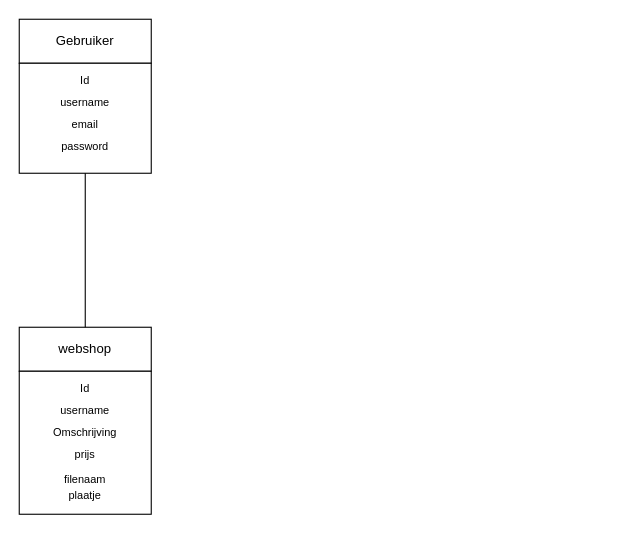
This is Diagrams/erd.drawio from OmerS7/educom-webshop-database-1695135881, a draw.io file, before an edit. Source tidied: cells renumbered, new cells numbered last; positions are measured from the earlier drawing's top-left corner, leaving out a move shared by most shapes. Both pictures are drawn from the tidied source at 110%, with x=0, y=0 at pixel (19, 19).
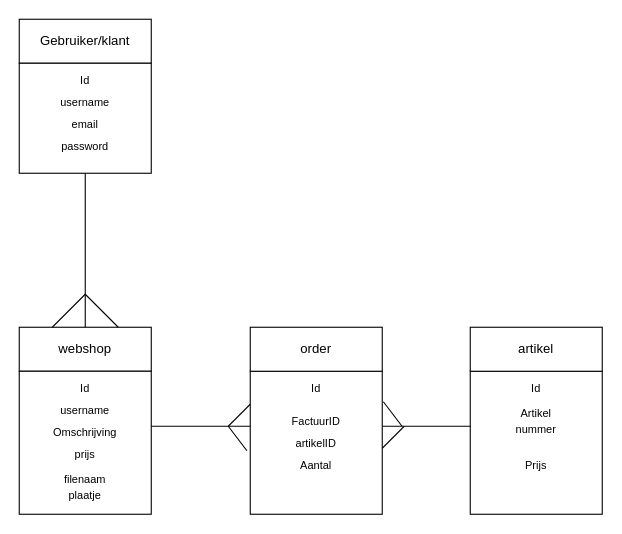
After the change.

Unchanged cells that the change refers to:
```xml
<mxCell id="2" value="webshop" style="rounded=0;whiteSpace=wrap;html=1;" parent="1" vertex="1">
  <mxGeometry y="280" width="120" height="40" as="geometry" />
</mxCell>
<mxCell id="10" style="rounded=0;whiteSpace=wrap;html=1;" parent="1" vertex="1">
  <mxGeometry y="40" width="120" height="100" as="geometry" />
</mxCell>
```

Diff of the diagram source:
```diff
@@
-    <mxCell id="9" value="Gebruiker" style="rounded=0;whiteSpace=wrap;html=1;" parent="1" vertex="1">
+    <mxCell id="9" value="Gebruiker/klant" style="rounded=0;whiteSpace=wrap;html=1;" parent="1" vertex="1">
       <mxGeometry width="120" height="40" as="geometry" />
     </mxCell>
@@
     <mxCell id="15" style="endArrow=none;html=1;fontSize=10;exitX=0.5;exitY=0;exitDx=0;exitDy=0;entryX=0.5;entryY=1;entryDx=0;entryDy=0;" parent="1" edge="1" source="2" target="10">
-      <mxGeometry relative="1" as="geometry" />
+      <mxGeometry relative="1" as="geometry">
+        <Array as="points">
+          <mxPoint x="60" y="210" />
+        </Array>
+      </mxGeometry>
     </mxCell>
+    <mxCell id="16" style="endArrow=none;html=1;exitX=0.25;exitY=0;exitDx=0;exitDy=0;" parent="1" edge="1" source="2">
+      <mxGeometry relative="1" as="geometry">
+        <mxPoint x="60" y="250" as="targetPoint" />
+      </mxGeometry>
+    </mxCell>
+    <mxCell id="17" style="endArrow=none;html=1;" parent="1" edge="1">
+      <mxGeometry relative="1" as="geometry">
+        <mxPoint x="90" y="280" as="sourcePoint" />
+        <mxPoint x="60" y="250" as="targetPoint" />
+      </mxGeometry>
+    </mxCell>
+    <mxCell id="18" style="endArrow=none;html=1;fontSize=10;" parent="1" edge="1">
+      <mxGeometry relative="1" as="geometry">
+        <mxPoint x="120" y="370" as="sourcePoint" />
+        <mxPoint x="210" y="370" as="targetPoint" />
+        <Array as="points">
+          <mxPoint x="160" y="370" />
+        </Array>
+      </mxGeometry>
+    </mxCell>
+    <mxCell id="19" style="rounded=0;whiteSpace=wrap;html=1;" parent="1" vertex="1">
+      <mxGeometry x="210" y="320" width="120" height="130" as="geometry" />
+    </mxCell>
+    <mxCell id="20" value="order" style="rounded=0;whiteSpace=wrap;html=1;" parent="1" vertex="1">
+      <mxGeometry x="210" y="280" width="120" height="40" as="geometry" />
+    </mxCell>
+    <mxCell id="21" style="rounded=0;whiteSpace=wrap;html=1;" parent="1" vertex="1">
+      <mxGeometry x="410" y="320" width="120" height="130" as="geometry" />
+    </mxCell>
+    <mxCell id="22" value="artikel" style="rounded=0;whiteSpace=wrap;html=1;" parent="1" vertex="1">
+      <mxGeometry x="410" y="280" width="120" height="40" as="geometry" />
+    </mxCell>
+    <mxCell id="23" style="endArrow=none;html=1;fontSize=10;" parent="1" edge="1">
+      <mxGeometry relative="1" as="geometry">
+        <mxPoint x="330" y="370" as="sourcePoint" />
+        <mxPoint x="410" y="370" as="targetPoint" />
+        <Array as="points">
+          <mxPoint x="410" y="370" />
+        </Array>
+      </mxGeometry>
+    </mxCell>
+    <mxCell id="24" value="&lt;font style=&quot;font-size: 10px;&quot;&gt;Id&lt;/font&gt;" style="text;html=1;strokeColor=none;fillColor=none;align=center;verticalAlign=middle;whiteSpace=wrap;rounded=0;" parent="1" vertex="1">
+      <mxGeometry x="460" y="330" width="20" height="10" as="geometry" />
+    </mxCell>
+    <mxCell id="25" value="&lt;font style=&quot;font-size: 10px;&quot;&gt;Artikel nummer&lt;/font&gt;" style="text;html=1;strokeColor=none;fillColor=none;align=center;verticalAlign=middle;whiteSpace=wrap;rounded=0;" parent="1" vertex="1">
+      <mxGeometry x="460" y="360" width="20" height="10" as="geometry" />
+    </mxCell>
+    <mxCell id="26" value="&lt;font style=&quot;font-size: 10px;&quot;&gt;Prijs&lt;/font&gt;" style="text;html=1;strokeColor=none;fillColor=none;align=center;verticalAlign=middle;whiteSpace=wrap;rounded=0;" parent="1" vertex="1">
+      <mxGeometry x="460" y="400" width="20" height="10" as="geometry" />
+    </mxCell>
+    <mxCell id="27" value="&lt;font style=&quot;font-size: 10px;&quot;&gt;Id&lt;/font&gt;" style="text;html=1;strokeColor=none;fillColor=none;align=center;verticalAlign=middle;whiteSpace=wrap;rounded=0;" parent="1" vertex="1">
+      <mxGeometry x="260" y="330" width="20" height="10" as="geometry" />
+    </mxCell>
+    <mxCell id="28" value="&lt;font style=&quot;font-size: 10px;&quot;&gt;FactuurID&lt;/font&gt;" style="text;html=1;strokeColor=none;fillColor=none;align=center;verticalAlign=middle;whiteSpace=wrap;rounded=0;" parent="1" vertex="1">
+      <mxGeometry x="260" y="360" width="20" height="10" as="geometry" />
+    </mxCell>
+    <mxCell id="29" style="endArrow=none;html=1;" parent="1" edge="1">
+      <mxGeometry relative="1" as="geometry">
+        <mxPoint x="190" y="370" as="sourcePoint" />
+        <mxPoint x="210" y="350" as="targetPoint" />
+      </mxGeometry>
+    </mxCell>
+    <mxCell id="30" style="endArrow=none;html=1;exitX=1.025;exitY=0.213;exitDx=0;exitDy=0;exitPerimeter=0;" parent="1" edge="1">
+      <mxGeometry relative="1" as="geometry">
+        <mxPoint x="331" y="347.7" as="sourcePoint" />
+        <mxPoint x="348" y="370" as="targetPoint" />
+      </mxGeometry>
+    </mxCell>
+    <mxCell id="31" style="endArrow=none;html=1;" parent="1" edge="1">
+      <mxGeometry relative="1" as="geometry">
+        <mxPoint x="330" y="390" as="sourcePoint" />
+        <mxPoint x="350" y="370" as="targetPoint" />
+      </mxGeometry>
+    </mxCell>
+    <mxCell id="32" style="endArrow=none;html=1;exitX=1.025;exitY=0.213;exitDx=0;exitDy=0;exitPerimeter=0;" parent="1" edge="1">
+      <mxGeometry relative="1" as="geometry">
+        <mxPoint x="190" y="370" as="sourcePoint" />
+        <mxPoint x="207" y="392.3" as="targetPoint" />
+      </mxGeometry>
+    </mxCell>
+    <mxCell id="33" value="&lt;font style=&quot;font-size: 10px;&quot;&gt;artikelID&lt;/font&gt;" style="text;html=1;strokeColor=none;fillColor=none;align=center;verticalAlign=middle;whiteSpace=wrap;rounded=0;" parent="1" vertex="1">
+      <mxGeometry x="260" y="380" width="20" height="10" as="geometry" />
+    </mxCell>
+    <mxCell id="34" value="&lt;font style=&quot;font-size: 10px;&quot;&gt;Aantal&lt;/font&gt;" style="text;html=1;strokeColor=none;fillColor=none;align=center;verticalAlign=middle;whiteSpace=wrap;rounded=0;" parent="1" vertex="1">
+      <mxGeometry x="260" y="400" width="20" height="10" as="geometry" />
+    </mxCell>
```
